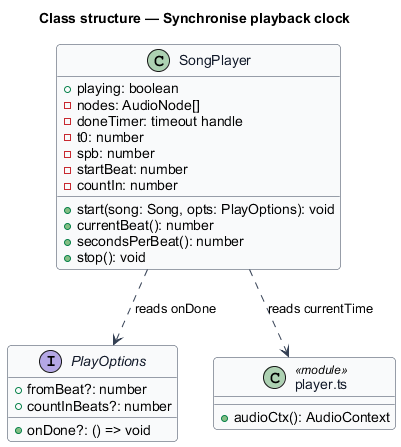
Before: docs/detailed-designs/audio-engine/synchronise-playback-clock/diagrams/class-structure.png, a diagram exported from PlantUML (QuinntyneBrown/TwinkleTune).
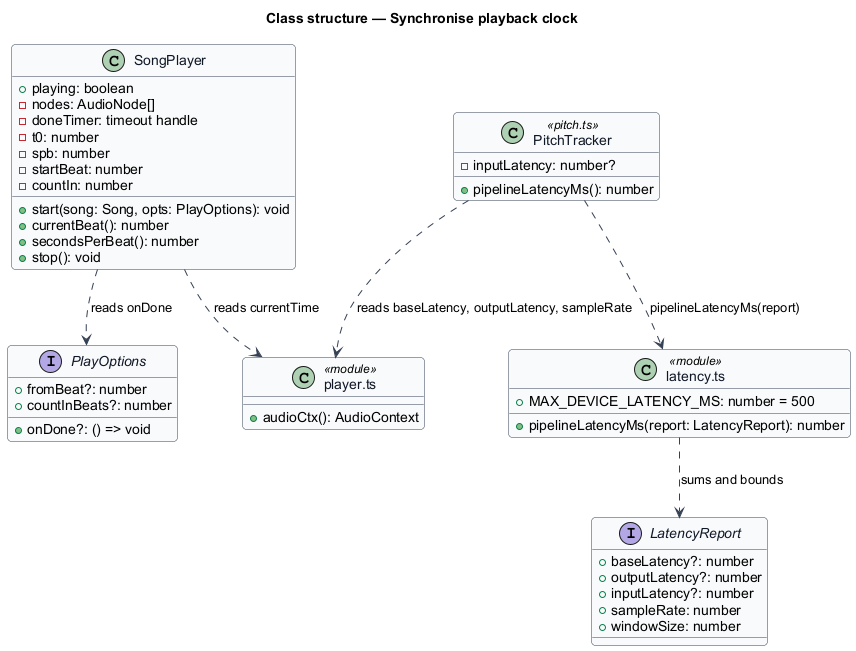
After the commit.

What changed in the source:
```diff
@@ -35,6 +35,27 @@
   +audioCtx(): AudioContext
 }
 
+class "latency.ts" as LatencyMod <<module>> {
+  +MAX_DEVICE_LATENCY_MS: number = 500
+  +pipelineLatencyMs(report: LatencyReport): number
+}
+
+interface LatencyReport {
+  +baseLatency?: number
+  +outputLatency?: number
+  +inputLatency?: number
+  +sampleRate: number
+  +windowSize: number
+}
+
+class PitchTracker <<pitch.ts>> {
+  -inputLatency: number?
+  +pipelineLatencyMs(): number
+}
+
 SongPlayer ..> PlayOptions : reads onDone
 SongPlayer ..> PlayerMod : reads currentTime
+LatencyMod ..> LatencyReport : sums and bounds
+PitchTracker ..> LatencyMod : pipelineLatencyMs(report)
+PitchTracker ..> PlayerMod : reads baseLatency, outputLatency, sampleRate
 @enduml
```
